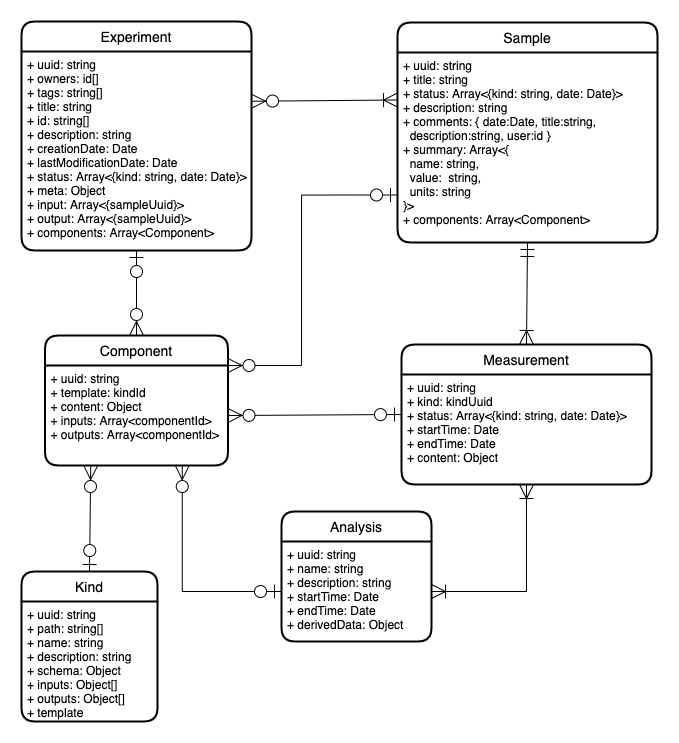
Earlier version of the draw.io export docs/db_proposal.png (mylims/specifications). Source tidied: cells renumbered, new cells last; positions are measured from the earlier drawing's top-left corner, leaving out a move shared by most shapes. The source it was exported from:
```xml
<mxGraphModel>
  <root>
    <mxCell id="0" />
    <mxCell id="1" parent="0" />
    <mxCell id="2" style="fontSize=12;html=1;endArrow=ERzeroToMany;startArrow=ERoneToMany;entryX=1;entryY=0.25;entryDx=0;entryDy=0;rounded=0;strokeColor=#000000;exitX=0;exitY=0.25;exitDx=0;exitDy=0;endSize=12;startSize=12;startFill=0;endFill=1;" parent="1" edge="1" source="11" target="8">
      <mxGeometry relative="1" as="geometry" />
    </mxCell>
    <mxCell id="3" style="fontSize=12;html=1;endArrow=ERmandOne;startArrow=ERoneToMany;entryX=0.5;entryY=1;entryDx=0;entryDy=0;rounded=0;strokeColor=#000000;exitX=0.5;exitY=0;exitDx=0;exitDy=0;endSize=12;startSize=12;startFill=0;endFill=0;" parent="1" edge="1" source="16" target="11">
      <mxGeometry relative="1" as="geometry" />
    </mxCell>
    <mxCell id="4" style="fontSize=12;html=1;endArrow=ERoneToMany;startArrow=ERoneToMany;entryX=0.5;entryY=1;entryDx=0;entryDy=0;rounded=0;strokeColor=#000000;exitX=1;exitY=0.5;exitDx=0;exitDy=0;endSize=12;startSize=12;startFill=0;endFill=0;edgeStyle=orthogonalEdgeStyle;" parent="1" edge="1" source="21" target="17">
      <mxGeometry relative="1" as="geometry" />
    </mxCell>
    <mxCell id="5" style="fontSize=12;html=1;endArrow=ERzeroToOne;startArrow=ERzeroToMany;entryX=0.5;entryY=1;entryDx=0;entryDy=0;rounded=0;strokeColor=#000000;exitX=0.5;exitY=0;exitDx=0;exitDy=0;endSize=12;startSize=12;startFill=1;endFill=1;" parent="1" edge="1" source="14" target="8">
      <mxGeometry relative="1" as="geometry" />
    </mxCell>
    <mxCell id="6" style="fontSize=12;html=1;endArrow=ERzeroToMany;startArrow=ERzeroToOne;entryX=1;entryY=0;entryDx=0;entryDy=0;rounded=0;strokeColor=#000000;exitX=0;exitY=0.75;exitDx=0;exitDy=0;endSize=12;startSize=12;startFill=1;endFill=1;edgeStyle=orthogonalEdgeStyle;" parent="1" edge="1" source="11" target="15">
      <mxGeometry relative="1" as="geometry">
        <Array as="points">
          <mxPoint x="280" y="174" />
          <mxPoint x="280" y="344" />
        </Array>
      </mxGeometry>
    </mxCell>
    <mxCell id="7" value="Experiment" style="swimlane;horizontal=1;startSize=30;rounded=1;fontSize=14;fontStyle=0;strokeWidth=2;shadow=0;dashed=0;align=center;" parent="1" vertex="1">
      <mxGeometry width="230" height="229" as="geometry" />
    </mxCell>
    <mxCell id="8" value="+ uuid: string&#10;+ owners: id[]&#10;+ tags: string[]&#10;+ title: string&#10;+ id: string[]&#10;+ description: string&#10;+ creationDate: Date&#10;+ lastModificationDate: Date&#10;+ status: Array&lt;{kind: string, date: Date}&gt;&#10;+ meta: Object&#10;+ input: Array&lt;{sampleUuid}&gt;&#10;+ output: Array&lt;{sampleUuid}&gt;&#10;+ components: Array&lt;Component&gt;" style="align=left;strokeColor=none;fillColor=none;spacingLeft=4;fontSize=12;verticalAlign=top;" parent="7" vertex="1">
      <mxGeometry y="30" width="230" height="199" as="geometry" />
    </mxCell>
    <mxCell id="9" style="fontSize=12;html=1;endArrow=ERzeroToMany;startArrow=ERzeroToOne;entryX=1;entryY=0.5;entryDx=0;entryDy=0;rounded=0;strokeColor=#000000;exitX=0;exitY=0.5;exitDx=0;exitDy=0;endSize=12;startSize=12;startFill=1;endFill=1;" parent="1" edge="1" source="16" target="15">
      <mxGeometry relative="1" as="geometry" />
    </mxCell>
    <mxCell id="10" value="Sample" style="swimlane;horizontal=1;startSize=30;rounded=1;fontSize=14;fontStyle=0;strokeWidth=2;shadow=0;dashed=0;align=center;" parent="1" vertex="1">
      <mxGeometry x="376" y="1" width="260" height="220" as="geometry" />
    </mxCell>
    <mxCell id="11" value="+ uuid: string&#10;+ title: string&#10;+ status: Array&lt;{kind: string, date: Date}&gt;&#10;+ description: string&#10;+ comments: { date:Date, title:string,&#10;  description:string, user:id }&#10;+ summary: Array&lt;{&#10;  name: string,&#10;  value:  string,&#10;  units: string&#10;}&gt;&#10;+ components: Array&lt;Component&gt;" style="align=left;strokeColor=none;fillColor=none;spacingLeft=4;fontSize=12;verticalAlign=top;" parent="10" vertex="1">
      <mxGeometry y="30" width="260" height="190" as="geometry" />
    </mxCell>
    <mxCell id="12" style="fontSize=12;html=1;endArrow=ERzeroToMany;startArrow=ERzeroToOne;entryX=0.75;entryY=1;entryDx=0;entryDy=0;rounded=0;strokeColor=#000000;endSize=12;startSize=12;startFill=1;endFill=1;edgeStyle=orthogonalEdgeStyle;exitX=0;exitY=0.5;exitDx=0;exitDy=0;" parent="1" edge="1" source="21" target="15">
      <mxGeometry relative="1" as="geometry">
        <Array as="points">
          <mxPoint x="161" y="570" />
        </Array>
      </mxGeometry>
    </mxCell>
    <mxCell id="13" style="fontSize=12;html=1;endArrow=ERzeroToMany;startArrow=ERzeroToOne;entryX=0.25;entryY=1;entryDx=0;entryDy=0;rounded=0;strokeColor=#000000;exitX=0.5;exitY=0;exitDx=0;exitDy=0;endSize=12;startSize=12;startFill=1;endFill=1;" parent="1" edge="1" source="18" target="15">
      <mxGeometry relative="1" as="geometry" />
    </mxCell>
    <mxCell id="14" value="Component" style="swimlane;horizontal=1;startSize=30;rounded=1;fontSize=14;fontStyle=0;strokeWidth=2;shadow=0;dashed=0;align=center;" parent="1" vertex="1">
      <mxGeometry x="23.5" y="314" width="183" height="130" as="geometry" />
    </mxCell>
    <mxCell id="15" value="+ uuid: string&#10;+ template: kindId&#10;+ content: Object&#10;+ inputs: Array&lt;componentId&gt;&#10;+ outputs: Array&lt;componentId&gt;" style="align=left;strokeColor=none;fillColor=none;spacingLeft=4;fontSize=12;verticalAlign=top;" parent="14" vertex="1">
      <mxGeometry y="30" width="183" height="100" as="geometry" />
    </mxCell>
    <mxCell id="16" value="Measurement" style="swimlane;horizontal=1;startSize=30;rounded=1;fontSize=14;fontStyle=0;strokeWidth=2;shadow=0;dashed=0;align=center;" parent="1" vertex="1">
      <mxGeometry x="380" y="323" width="250" height="140" as="geometry" />
    </mxCell>
    <mxCell id="17" value="+ uuid: string&#10;+ kind: kindUuid&#10;+ status: Array&lt;{kind: string, date: Date}&gt;&#10;+ startTime: Date&#10;+ endTime: Date&#10;+ content: Object" style="align=left;strokeColor=none;fillColor=none;spacingLeft=4;fontSize=12;verticalAlign=top;" parent="16" vertex="1">
      <mxGeometry y="30" width="250" height="110" as="geometry" />
    </mxCell>
    <mxCell id="18" value="Kind" style="swimlane;horizontal=1;startSize=30;rounded=1;fontSize=14;fontStyle=0;strokeWidth=2;shadow=0;dashed=0;align=center;" parent="1" vertex="1">
      <mxGeometry y="550" width="136" height="150" as="geometry" />
    </mxCell>
    <mxCell id="19" value="+ uuid: string&#10;+ path: string[]&#10;+ name: string&#10;+ description: string&#10;+ schema: Object&#10;+ inputs: Object[]&#10;+ outputs: Object[]&#10;+ template" style="align=left;strokeColor=none;fillColor=none;spacingLeft=4;fontSize=12;verticalAlign=top;" parent="18" vertex="1">
      <mxGeometry y="30" width="136" height="120" as="geometry" />
    </mxCell>
    <mxCell id="20" value="Analysis" style="swimlane;horizontal=1;startSize=30;rounded=1;fontSize=14;fontStyle=0;strokeWidth=2;shadow=0;dashed=0;align=center;" parent="1" vertex="1">
      <mxGeometry x="260" y="490" width="150" height="130" as="geometry" />
    </mxCell>
    <mxCell id="21" value="+ uuid: string&#10;+ name: string&#10;+ description: string&#10;+ startTime: Date&#10;+ endTime: Date&#10;+ derivedData: Object" style="align=left;strokeColor=none;fillColor=none;spacingLeft=4;fontSize=12;verticalAlign=top;" parent="20" vertex="1">
      <mxGeometry y="30" width="150" height="100" as="geometry" />
    </mxCell>
  </root>
</mxGraphModel>
```
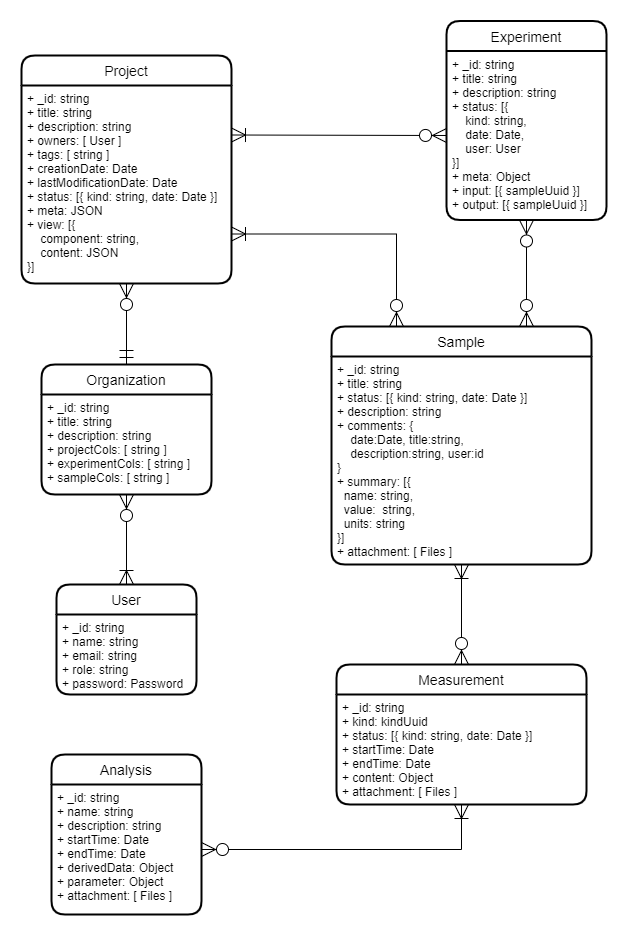
The same file after the commit.

Commit message:
Update database proposal

Change to the diagram source:
```diff
@@ -2,74 +2,72 @@
   <root>
     <mxCell id="0" />
     <mxCell id="1" parent="0" />
-    <mxCell id="2" style="fontSize=12;html=1;endArrow=ERzeroToMany;startArrow=ERoneToMany;entryX=1;entryY=0.25;entryDx=0;entryDy=0;rounded=0;strokeColor=#000000;exitX=0;exitY=0.25;exitDx=0;exitDy=0;endSize=12;startSize=12;startFill=0;endFill=1;" parent="1" edge="1" source="11" target="8">
-      <mxGeometry relative="1" as="geometry" />
-    </mxCell>
-    <mxCell id="3" style="fontSize=12;html=1;endArrow=ERmandOne;startArrow=ERoneToMany;entryX=0.5;entryY=1;entryDx=0;entryDy=0;rounded=0;strokeColor=#000000;exitX=0.5;exitY=0;exitDx=0;exitDy=0;endSize=12;startSize=12;startFill=0;endFill=0;" parent="1" edge="1" source="16" target="11">
+    <mxCell id="3" style="fontSize=12;html=1;endArrow=ERoneToMany;startArrow=ERzeroToMany;entryX=0.5;entryY=1;entryDx=0;entryDy=0;rounded=0;strokeColor=#000000;exitX=0.5;exitY=0;exitDx=0;exitDy=0;endSize=12;startSize=12;startFill=1;endFill=0;" parent="1" edge="1" source="16" target="11">
       <mxGeometry relative="1" as="geometry" />
     </mxCell>
-    <mxCell id="4" style="fontSize=12;html=1;endArrow=ERoneToMany;startArrow=ERoneToMany;entryX=0.5;entryY=1;entryDx=0;entryDy=0;rounded=0;strokeColor=#000000;exitX=1;exitY=0.5;exitDx=0;exitDy=0;endSize=12;startSize=12;startFill=0;endFill=0;edgeStyle=orthogonalEdgeStyle;" parent="1" edge="1" source="21" target="17">
+    <mxCell id="4" style="fontSize=12;html=1;endArrow=ERoneToMany;startArrow=ERzeroToMany;entryX=0.5;entryY=1;entryDx=0;entryDy=0;rounded=0;strokeColor=#000000;exitX=1;exitY=0.5;exitDx=0;exitDy=0;endSize=12;startSize=12;startFill=1;endFill=0;edgeStyle=orthogonalEdgeStyle;" parent="1" edge="1" source="21" target="17">
       <mxGeometry relative="1" as="geometry" />
     </mxCell>
-    <mxCell id="5" style="fontSize=12;html=1;endArrow=ERzeroToOne;startArrow=ERzeroToMany;entryX=0.5;entryY=1;entryDx=0;entryDy=0;rounded=0;strokeColor=#000000;exitX=0.5;exitY=0;exitDx=0;exitDy=0;endSize=12;startSize=12;startFill=1;endFill=1;" parent="1" edge="1" source="14" target="8">
-      <mxGeometry relative="1" as="geometry" />
-    </mxCell>
-    <mxCell id="6" style="fontSize=12;html=1;endArrow=ERzeroToMany;startArrow=ERzeroToOne;entryX=1;entryY=0;entryDx=0;entryDy=0;rounded=0;strokeColor=#000000;exitX=0;exitY=0.75;exitDx=0;exitDy=0;endSize=12;startSize=12;startFill=1;endFill=1;edgeStyle=orthogonalEdgeStyle;" parent="1" edge="1" source="11" target="15">
-      <mxGeometry relative="1" as="geometry">
-        <Array as="points">
-          <mxPoint x="280" y="174" />
-          <mxPoint x="280" y="344" />
-        </Array>
-      </mxGeometry>
-    </mxCell>
+    <mxCell id="10" value="Sample" style="swimlane;horizontal=1;startSize=30;rounded=1;fontSize=14;fontStyle=0;strokeWidth=2;shadow=0;dashed=0;align=center;" parent="1" vertex="1">
+      <mxGeometry x="310" y="322" width="260" height="238" as="geometry" />
+    </mxCell>
+    <mxCell id="11" value="+ _id: string&#10;+ title: string&#10;+ status: [{ kind: string, date: Date }]&#10;+ description: string&#10;+ comments: { &#10;    date:Date, title:string,&#10;    description:string, user:id&#10;}&#10;+ summary: [{&#10;  name: string,&#10;  value:  string,&#10;  units: string&#10;}]&#10;+ attachment: [ Files ]" style="align=left;strokeColor=none;fillColor=none;spacingLeft=4;fontSize=12;verticalAlign=top;" parent="10" vertex="1">
+      <mxGeometry y="30" width="260" height="208" as="geometry" />
+    </mxCell>
     <mxCell id="7" value="Experiment" style="swimlane;horizontal=1;startSize=30;rounded=1;fontSize=14;fontStyle=0;strokeWidth=2;shadow=0;dashed=0;align=center;" parent="1" vertex="1">
-      <mxGeometry width="230" height="229" as="geometry" />
+      <mxGeometry x="425" y="16.5" width="160" height="199" as="geometry" />
     </mxCell>
-    <mxCell id="8" value="+ uuid: string&#10;+ owners: id[]&#10;+ tags: string[]&#10;+ title: string&#10;+ id: string[]&#10;+ description: string&#10;+ creationDate: Date&#10;+ lastModificationDate: Date&#10;+ status: Array&lt;{kind: string, date: Date}&gt;&#10;+ meta: Object&#10;+ input: Array&lt;{sampleUuid}&gt;&#10;+ output: Array&lt;{sampleUuid}&gt;&#10;+ components: Array&lt;Component&gt;" style="align=left;strokeColor=none;fillColor=none;spacingLeft=4;fontSize=12;verticalAlign=top;" parent="7" vertex="1">
-      <mxGeometry y="30" width="230" height="199" as="geometry" />
+    <mxCell id="8" value="+ _id: string&#10;+ title: string&#10;+ description: string&#10;+ status: [{&#10;    kind: string,&#10;    date: Date,&#10;    user: User&#10;}]&#10;+ meta: Object&#10;+ input: [{ sampleUuid }]&#10;+ output: [{ sampleUuid }]" style="align=left;strokeColor=none;fillColor=none;spacingLeft=4;fontSize=12;verticalAlign=top;" parent="7" vertex="1">
+      <mxGeometry y="30" width="160" height="169" as="geometry" />
     </mxCell>
-    <mxCell id="9" style="fontSize=12;html=1;endArrow=ERzeroToMany;startArrow=ERzeroToOne;entryX=1;entryY=0.5;entryDx=0;entryDy=0;rounded=0;strokeColor=#000000;exitX=0;exitY=0.5;exitDx=0;exitDy=0;endSize=12;startSize=12;startFill=1;endFill=1;" parent="1" edge="1" source="16" target="15">
-      <mxGeometry relative="1" as="geometry" />
-    </mxCell>
-    <mxCell id="10" value="Sample" style="swimlane;horizontal=1;startSize=30;rounded=1;fontSize=14;fontStyle=0;strokeWidth=2;shadow=0;dashed=0;align=center;" parent="1" vertex="1">
-      <mxGeometry x="376" y="1" width="260" height="220" as="geometry" />
-    </mxCell>
-    <mxCell id="11" value="+ uuid: string&#10;+ title: string&#10;+ status: Array&lt;{kind: string, date: Date}&gt;&#10;+ description: string&#10;+ comments: { date:Date, title:string,&#10;  description:string, user:id }&#10;+ summary: Array&lt;{&#10;  name: string,&#10;  value:  string,&#10;  units: string&#10;}&gt;&#10;+ components: Array&lt;Component&gt;" style="align=left;strokeColor=none;fillColor=none;spacingLeft=4;fontSize=12;verticalAlign=top;" parent="10" vertex="1">
-      <mxGeometry y="30" width="260" height="190" as="geometry" />
-    </mxCell>
-    <mxCell id="12" style="fontSize=12;html=1;endArrow=ERzeroToMany;startArrow=ERzeroToOne;entryX=0.75;entryY=1;entryDx=0;entryDy=0;rounded=0;strokeColor=#000000;endSize=12;startSize=12;startFill=1;endFill=1;edgeStyle=orthogonalEdgeStyle;exitX=0;exitY=0.5;exitDx=0;exitDy=0;" parent="1" edge="1" source="21" target="15">
-      <mxGeometry relative="1" as="geometry">
-        <Array as="points">
-          <mxPoint x="161" y="570" />
-        </Array>
-      </mxGeometry>
-    </mxCell>
-    <mxCell id="13" style="fontSize=12;html=1;endArrow=ERzeroToMany;startArrow=ERzeroToOne;entryX=0.25;entryY=1;entryDx=0;entryDy=0;rounded=0;strokeColor=#000000;exitX=0.5;exitY=0;exitDx=0;exitDy=0;endSize=12;startSize=12;startFill=1;endFill=1;" parent="1" edge="1" source="18" target="15">
-      <mxGeometry relative="1" as="geometry" />
-    </mxCell>
-    <mxCell id="14" value="Component" style="swimlane;horizontal=1;startSize=30;rounded=1;fontSize=14;fontStyle=0;strokeWidth=2;shadow=0;dashed=0;align=center;" parent="1" vertex="1">
-      <mxGeometry x="23.5" y="314" width="183" height="130" as="geometry" />
-    </mxCell>
-    <mxCell id="15" value="+ uuid: string&#10;+ template: kindId&#10;+ content: Object&#10;+ inputs: Array&lt;componentId&gt;&#10;+ outputs: Array&lt;componentId&gt;" style="align=left;strokeColor=none;fillColor=none;spacingLeft=4;fontSize=12;verticalAlign=top;" parent="14" vertex="1">
-      <mxGeometry y="30" width="183" height="100" as="geometry" />
-    </mxCell>
+    <mxCell id="22" value="Project" style="swimlane;horizontal=1;startSize=30;rounded=1;fontSize=14;fontStyle=0;strokeWidth=2;shadow=0;dashed=0;align=center;" parent="1" vertex="1">
+      <mxGeometry y="51" width="210" height="228" as="geometry" />
+    </mxCell>
+    <mxCell id="23" value="+ _id: string&#10;+ title: string&#10;+ description: string&#10;+ owners: [ User ]&#10;+ tags: [ string ]&#10;+ creationDate: Date&#10;+ lastModificationDate: Date&#10;+ status: [{ kind: string, date: Date }]&#10;+ meta: JSON&#10;+ view: [{&#10;    component: string,&#10;    content: JSON&#10;}]" style="align=left;strokeColor=none;fillColor=none;spacingLeft=4;fontSize=12;verticalAlign=top;" parent="22" vertex="1">
+      <mxGeometry y="30" width="210" height="198" as="geometry" />
+    </mxCell>
+    <mxCell id="24" style="edgeStyle=orthogonalEdgeStyle;rounded=0;jettySize=auto;html=1;exitX=1;exitY=0.75;exitDx=0;exitDy=0;entryX=0.25;entryY=0;entryDx=0;entryDy=0;startArrow=ERoneToMany;startFill=0;endArrow=ERzeroToMany;endFill=1;endSize=12;startSize=12;" parent="1" edge="1" source="23" target="10">
+      <mxGeometry relative="1" as="geometry">
+        <Array as="points">
+          <mxPoint x="375" y="230" />
+        </Array>
+      </mxGeometry>
+    </mxCell>
+    <mxCell id="25" style="edgeStyle=orthogonalEdgeStyle;rounded=0;jettySize=auto;html=1;exitX=0.5;exitY=1;exitDx=0;exitDy=0;entryX=0.75;entryY=0;entryDx=0;entryDy=0;startArrow=ERzeroToMany;startFill=1;startSize=12;endArrow=ERzeroToMany;endFill=1;endSize=12;" parent="1" edge="1" source="8" target="10">
+      <mxGeometry relative="1" as="geometry" />
+    </mxCell>
+    <mxCell id="26" style="rounded=0;jettySize=auto;html=1;exitX=1;exitY=0.25;exitDx=0;exitDy=0;entryX=0;entryY=0.5;entryDx=0;entryDy=0;startArrow=ERoneToMany;startFill=0;startSize=12;endArrow=ERzeroToMany;endFill=1;endSize=12;" parent="1" edge="1" source="23" target="8">
+      <mxGeometry relative="1" as="geometry" />
+    </mxCell>
+    <mxCell id="27" value="Organization" style="swimlane;horizontal=1;startSize=30;rounded=1;fontSize=14;fontStyle=0;strokeWidth=2;shadow=0;dashed=0;align=center;" parent="1" vertex="1">
+      <mxGeometry x="20" y="360" width="170" height="130" as="geometry" />
+    </mxCell>
+    <mxCell id="28" value="+ _id: string&#10;+ title: string&#10;+ description: string&#10;+ projectCols: [ string ]&#10;+ experimentCols: [ string ]&#10;+ sampleCols: [ string ]" style="align=left;strokeColor=none;fillColor=none;spacingLeft=4;fontSize=12;verticalAlign=top;" parent="27" vertex="1">
+      <mxGeometry y="30" width="170" height="100" as="geometry" />
+    </mxCell>
+    <mxCell id="29" style="edgeStyle=none;rounded=0;jettySize=auto;html=1;exitX=0.5;exitY=1;exitDx=0;exitDy=0;entryX=0.5;entryY=0;entryDx=0;entryDy=0;startArrow=ERzeroToMany;startFill=1;startSize=12;endArrow=ERmandOne;endFill=0;endSize=12;" parent="1" edge="1" source="23" target="27">
+      <mxGeometry relative="1" as="geometry" />
+    </mxCell>
+    <mxCell id="30" style="edgeStyle=none;rounded=0;jettySize=auto;html=1;exitX=0.5;exitY=1;exitDx=0;exitDy=0;entryX=0.5;entryY=0;entryDx=0;entryDy=0;startArrow=ERzeroToMany;startFill=1;startSize=12;endArrow=ERoneToMany;endFill=0;endSize=12;" parent="1" edge="1" source="28" target="31">
+      <mxGeometry relative="1" as="geometry" />
+    </mxCell>
+    <mxCell id="31" value="User" style="swimlane;horizontal=1;startSize=30;rounded=1;fontSize=14;fontStyle=0;strokeWidth=2;shadow=0;dashed=0;align=center;" parent="1" vertex="1">
+      <mxGeometry x="35" y="580" width="140" height="110" as="geometry" />
+    </mxCell>
+    <mxCell id="32" value="+ _id: string&#10;+ name: string&#10;+ email: string&#10;+ role: string&#10;+ password: Password" style="align=left;strokeColor=none;fillColor=none;spacingLeft=4;fontSize=12;verticalAlign=top;" parent="31" vertex="1">
+      <mxGeometry y="30" width="140" height="80" as="geometry" />
+    </mxCell>
     <mxCell id="16" value="Measurement" style="swimlane;horizontal=1;startSize=30;rounded=1;fontSize=14;fontStyle=0;strokeWidth=2;shadow=0;dashed=0;align=center;" parent="1" vertex="1">
-      <mxGeometry x="380" y="323" width="250" height="140" as="geometry" />
+      <mxGeometry x="315" y="660" width="250" height="140" as="geometry" />
     </mxCell>
-    <mxCell id="17" value="+ uuid: string&#10;+ kind: kindUuid&#10;+ status: Array&lt;{kind: string, date: Date}&gt;&#10;+ startTime: Date&#10;+ endTime: Date&#10;+ content: Object" style="align=left;strokeColor=none;fillColor=none;spacingLeft=4;fontSize=12;verticalAlign=top;" parent="16" vertex="1">
+    <mxCell id="17" value="+ _id: string&#10;+ kind: kindUuid&#10;+ status: [{ kind: string, date: Date }]&#10;+ startTime: Date&#10;+ endTime: Date&#10;+ content: Object&#10;+ attachment: [ Files ]" style="align=left;strokeColor=none;fillColor=none;spacingLeft=4;fontSize=12;verticalAlign=top;" parent="16" vertex="1">
       <mxGeometry y="30" width="250" height="110" as="geometry" />
     </mxCell>
-    <mxCell id="18" value="Kind" style="swimlane;horizontal=1;startSize=30;rounded=1;fontSize=14;fontStyle=0;strokeWidth=2;shadow=0;dashed=0;align=center;" parent="1" vertex="1">
-      <mxGeometry y="550" width="136" height="150" as="geometry" />
-    </mxCell>
-    <mxCell id="19" value="+ uuid: string&#10;+ path: string[]&#10;+ name: string&#10;+ description: string&#10;+ schema: Object&#10;+ inputs: Object[]&#10;+ outputs: Object[]&#10;+ template" style="align=left;strokeColor=none;fillColor=none;spacingLeft=4;fontSize=12;verticalAlign=top;" parent="18" vertex="1">
-      <mxGeometry y="30" width="136" height="120" as="geometry" />
-    </mxCell>
     <mxCell id="20" value="Analysis" style="swimlane;horizontal=1;startSize=30;rounded=1;fontSize=14;fontStyle=0;strokeWidth=2;shadow=0;dashed=0;align=center;" parent="1" vertex="1">
-      <mxGeometry x="260" y="490" width="150" height="130" as="geometry" />
+      <mxGeometry x="30" y="750" width="150" height="160" as="geometry" />
     </mxCell>
-    <mxCell id="21" value="+ uuid: string&#10;+ name: string&#10;+ description: string&#10;+ startTime: Date&#10;+ endTime: Date&#10;+ derivedData: Object" style="align=left;strokeColor=none;fillColor=none;spacingLeft=4;fontSize=12;verticalAlign=top;" parent="20" vertex="1">
-      <mxGeometry y="30" width="150" height="100" as="geometry" />
+    <mxCell id="21" value="+ _id: string&#10;+ name: string&#10;+ description: string&#10;+ startTime: Date&#10;+ endTime: Date&#10;+ derivedData: Object&#10;+ parameter: Object&#10;+ attachment: [ Files ]" style="align=left;strokeColor=none;fillColor=none;spacingLeft=4;fontSize=12;verticalAlign=top;" parent="20" vertex="1">
+      <mxGeometry y="30" width="150" height="130" as="geometry" />
     </mxCell>
   </root>
 </mxGraphModel>
```
